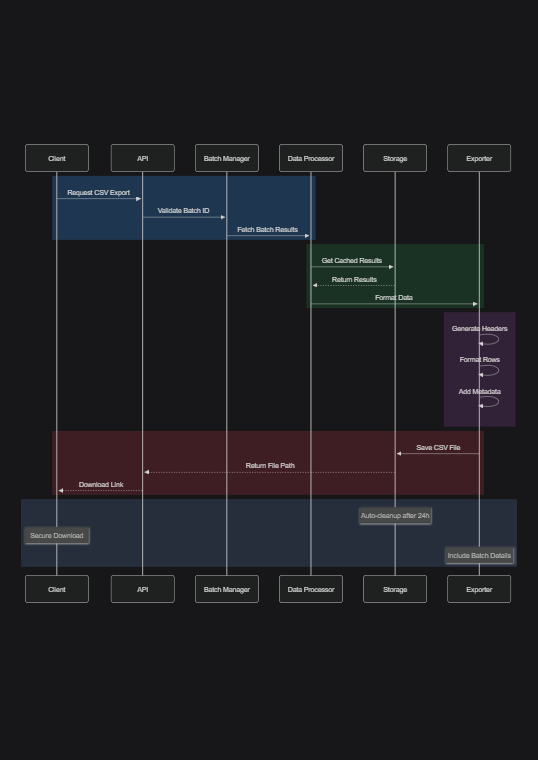
The Mermaid diagram docs/images/CSV Export Lifecycle.png in Dhruv0306/SymphonyProject1, before a commit. Its source is kept beside it as docs/images/CSV Export Lifecycle.mmd.
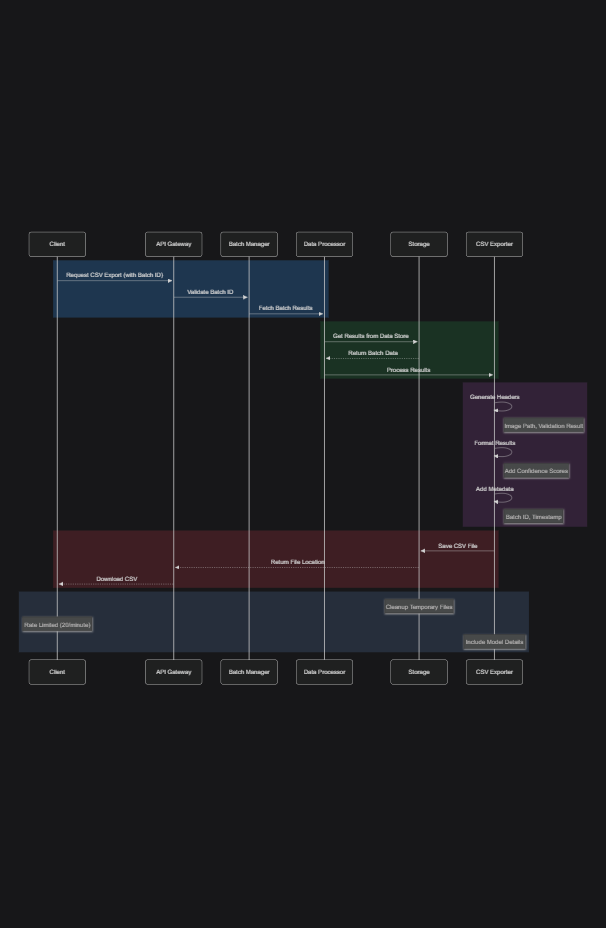
Above is the later version.

The edit, as a diff of the source:
```diff
@@ -1,38 +1,41 @@
 %%{init: {'theme': 'dark', 'themeVariables': { 'fontFamily': 'arial', 'fontSize': '18px', 'fontWeight': 'bold'}}}%%
 sequenceDiagram
     participant C as Client
-    participant A as API
+    participant A as API Gateway
     participant B as Batch Manager
     participant D as Data Processor
     participant S as Storage
-    participant E as Exporter
+    participant E as CSV Exporter
 
     rect rgba(40, 100, 160, 0.4)
-        C->>A: Request CSV Export
+        C->>A: Request CSV Export (with Batch ID)
         A->>B: Validate Batch ID
         B->>D: Fetch Batch Results
     end
 
     rect rgba(30, 90, 50, 0.4)
-        D->>S: Get Cached Results
-        S-->>D: Return Results
-        D->>E: Format Data
+        D->>S: Get Results from Data Store
+        S-->>D: Return Batch Data
+        D->>E: Process Results
     end
 
     rect rgba(90, 50, 100, 0.4)
         E->>E: Generate Headers
-        E->>E: Format Rows
+        Note right of E: Image Path, Validation Result
+        E->>E: Format Results
+        Note right of E: Add Confidence Scores
         E->>E: Add Metadata
+        Note right of E: Batch ID, Timestamp
     end
 
     rect rgba(120, 40, 50, 0.4)
         E->>S: Save CSV File
-        S-->>A: Return File Path
-        A-->>C: Download Link
+        S-->>A: Return File Location
+        A-->>C: Download CSV
     end
 
     rect rgba(60, 80, 110, 0.4)
-        Note over S: Auto-cleanup after 24h
-        Note over C: Secure Download
-        Note over E: Include Batch Details
+        Note over S: Cleanup Temporary Files
+        Note over C: Rate Limited (20/minute)
+        Note over E: Include Model Details
     end
```
